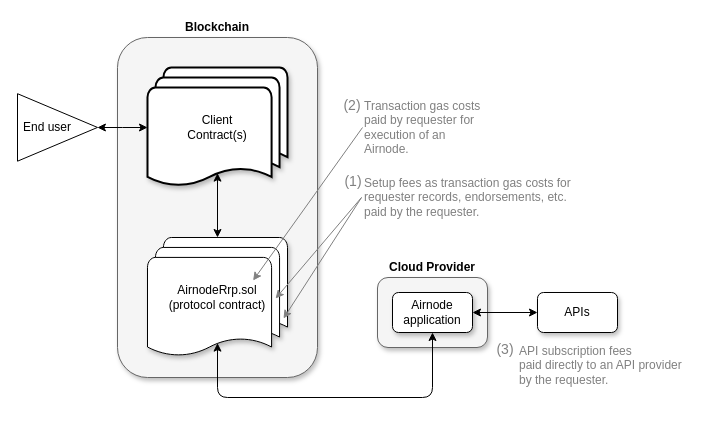
Before: docs/next/assets/diagrams/fees-requester.drawio in api3dao/old-api3-docs, a draw.io diagram. Source tidied: cells renumbered, new cells numbered last; positions are measured from the earlier drawing's top-left corner, leaving out a move shared by most shapes. Both pictures are drawn from the tidied source at 100%, with x=0, y=0 at pixel (17, 17).
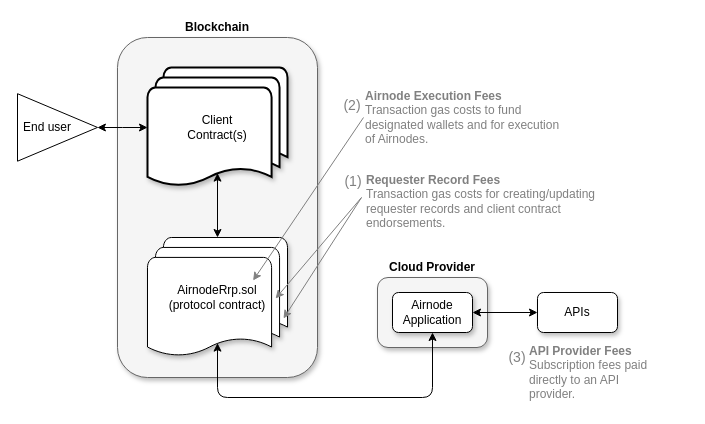
Above is the later version.

Commit message (it also covers changes not shown here):
Requester fees related changes

Diff of the diagram source:
```diff
@@
-    <mxCell id="11" value="Airnode&lt;br&gt;application" style="rounded=1;whiteSpace=wrap;html=1;shadow=1;" parent="1" vertex="1">
+    <mxCell id="11" value="Airnode&lt;br&gt;Application" style="rounded=1;whiteSpace=wrap;html=1;shadow=1;" parent="1" vertex="1">
       <mxGeometry x="375" y="275" width="80" height="40" as="geometry" />
     </mxCell>
@@
-    <mxCell id="15" value="&lt;font color=&quot;#808080&quot;&gt;Transaction gas costs paid by requester for execution of an Airnode.&lt;/font&gt;" style="text;html=1;strokeColor=none;fillColor=none;align=left;verticalAlign=middle;whiteSpace=wrap;rounded=0;fontColor=#FF3333;" parent="1" vertex="1">
-      <mxGeometry x="345" y="100" width="120" height="20" as="geometry" />
+    <mxCell id="15" value="&lt;font color=&quot;#808080&quot;&gt;&lt;b&gt;Airnode Execution Fees&lt;/b&gt;&lt;br&gt;Transaction gas costs to fund designated wallets and for execution of Airnodes.&lt;/font&gt;" style="text;html=1;strokeColor=none;fillColor=none;align=left;verticalAlign=middle;whiteSpace=wrap;rounded=0;fontColor=#FF3333;" parent="1" vertex="1">
+      <mxGeometry x="346" y="90" width="204" height="20" as="geometry" />
     </mxCell>
@@
-    <mxCell id="17" value="&lt;span&gt;Setup fees as transaction gas costs for requester records, endorsements, etc.&lt;/span&gt;&lt;br&gt;&lt;span&gt;paid by the requester.&lt;/span&gt;" style="text;html=1;strokeColor=none;fillColor=none;align=left;verticalAlign=middle;whiteSpace=wrap;rounded=0;fontColor=#808080;" parent="1" vertex="1">
-      <mxGeometry x="345" y="170" width="230" height="20" as="geometry" />
+    <mxCell id="17" value="&lt;span&gt;&lt;b&gt;Requester Record Fees&lt;/b&gt;&lt;br&gt;Transaction gas costs for creating/updating requester records and client contract endorsements&lt;/span&gt;&lt;span&gt;.&lt;/span&gt;" style="text;html=1;strokeColor=none;fillColor=none;align=left;verticalAlign=middle;whiteSpace=wrap;rounded=0;fontColor=#808080;" parent="1" vertex="1">
+      <mxGeometry x="347" y="174" width="233" height="20" as="geometry" />
     </mxCell>
@@
-    <mxCell id="20" value="API subscription fees&lt;br&gt;paid directly to an API provider&lt;br&gt;by the requester." style="text;whiteSpace=wrap;html=1;fontColor=#808080;" parent="1" vertex="1">
-      <mxGeometry x="500" y="320" width="170" height="70" as="geometry" />
+    <mxCell id="20" value="&lt;b&gt;API Provider Fees&lt;/b&gt;&lt;br&gt;Subscription fees paid directly to an API provider." style="text;whiteSpace=wrap;html=1;fontColor=#808080;" parent="1" vertex="1">
+      <mxGeometry x="510" y="320" width="130" height="70" as="geometry" />
     </mxCell>
@@
     <mxCell id="23" value="&lt;font style=&quot;font-size: 14px&quot;&gt;(3)&lt;/font&gt;" style="text;html=1;strokeColor=none;fillColor=none;align=center;verticalAlign=middle;whiteSpace=wrap;rounded=0;fontColor=#808080;" parent="1" vertex="1">
-      <mxGeometry x="468" y="322" width="40" height="20" as="geometry" />
+      <mxGeometry x="480" y="330" width="40" height="20" as="geometry" />
     </mxCell>
```
